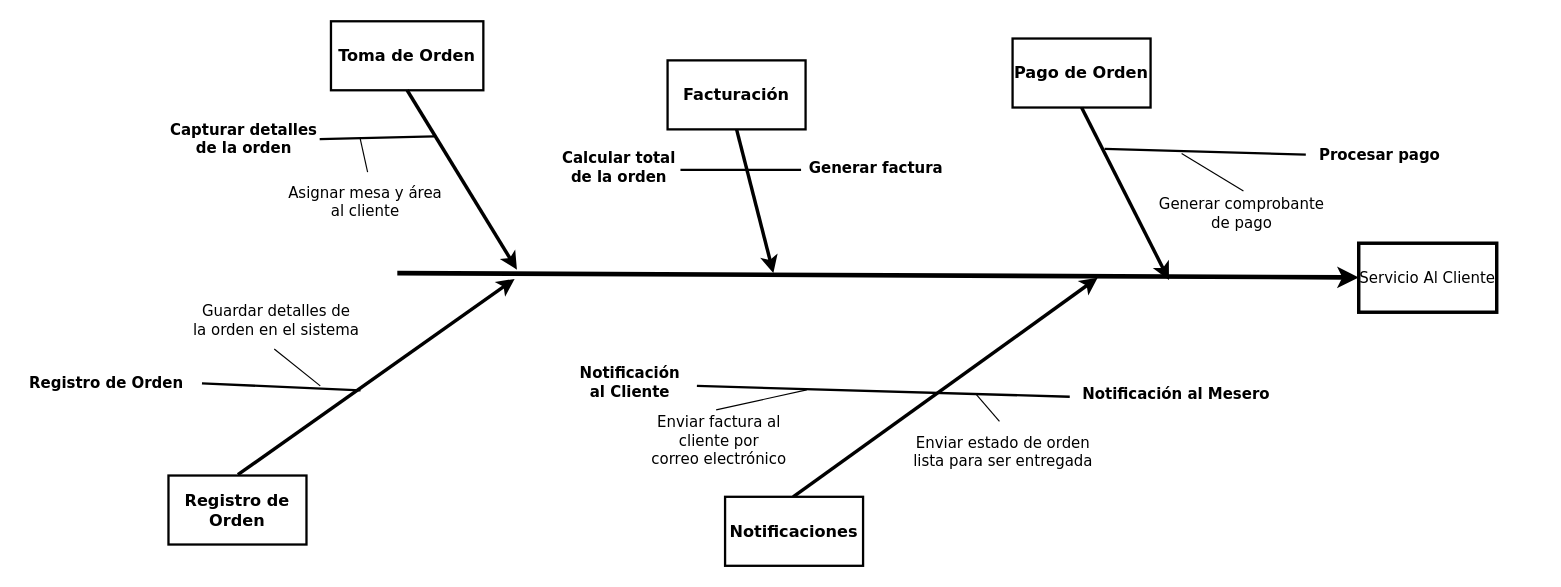
Edu-Ram/Requerimientos keeps this draw.io diagram as page "Fishbone" (3 of 3) of Proyecto/Avance1/Avance1.drawio. Above is the earlier version. Source tidied: cells renumbered, new cells numbered last; positions are measured from the earlier drawing's top-left corner, leaving out a move shared by most shapes. Both pictures are drawn from the tidied source at 115%, with x=0, y=0 at pixel (20, 21).
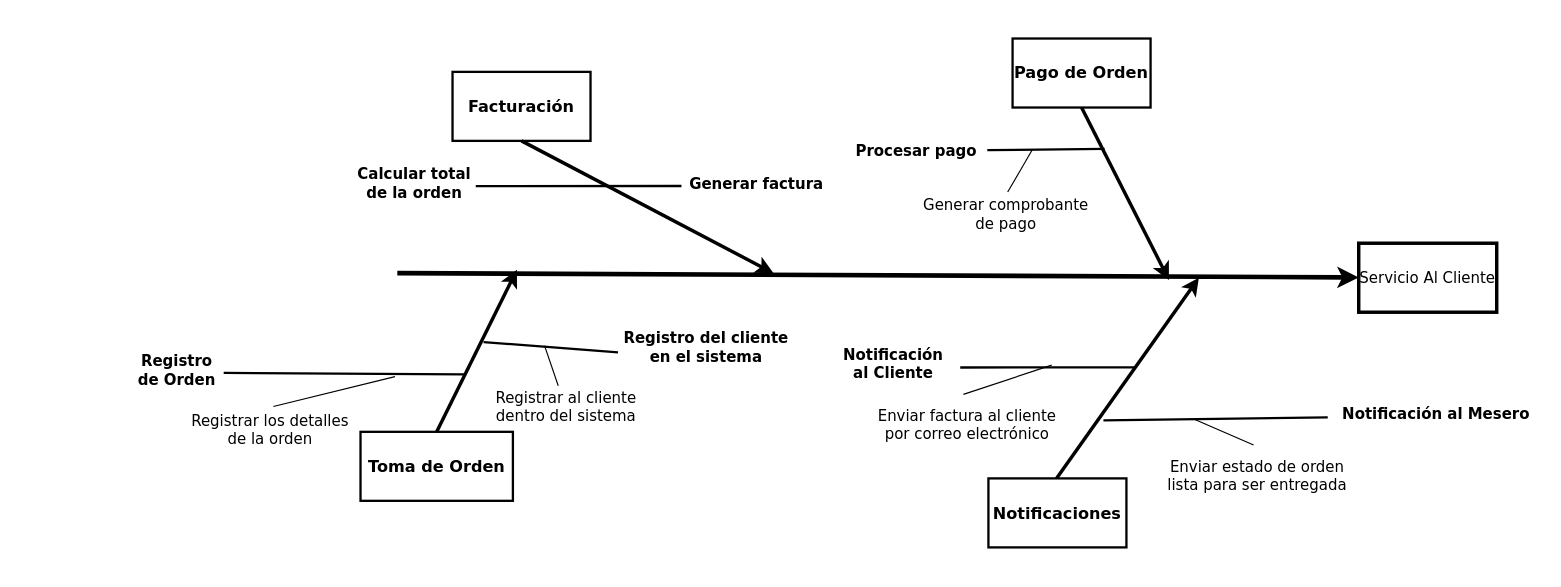
Above is the later version.

What changed in the source:
```diff
@@
     <mxCell id="2" value="Toma de Orden" style="whiteSpace=wrap;strokeWidth=2;fontSize=14;fontFamily=Verdana;fontStyle=1;" parent="1" vertex="1">
-      <mxGeometry x="270.3" width="132.5" height="60" as="geometry" />
+      <mxGeometry x="296" y="357" width="132.5" height="60" as="geometry" />
     </mxCell>
-    <mxCell id="3" value="Registro de Orden" style="whiteSpace=wrap;strokeWidth=2;fontSize=14;fontFamily=Verdana;fontStyle=1;" parent="1" vertex="1">
-      <mxGeometry x="129" y="395" width="120" height="60" as="geometry" />
-    </mxCell>
@@
-    <mxCell id="6" style="edgeStyle=none;exitX=0.5;exitY=1;strokeWidth=3;fontSize=13;fontFamily=Verdana;" parent="1" edge="1" source="2">
+    <mxCell id="6" style="edgeStyle=none;exitX=0.5;exitY=0;strokeWidth=3;fontSize=13;fontFamily=Verdana;exitDx=0;exitDy=0;" parent="1" edge="1" source="2">
       <mxGeometry relative="1" as="geometry">
         <mxPoint x="432" y="216" as="targetPoint" />
       </mxGeometry>
     </mxCell>
-    <mxCell id="7" style="edgeStyle=none;exitX=0.503;exitY=-0.012;strokeWidth=3;exitDx=0;exitDy=0;exitPerimeter=0;fontSize=13;fontFamily=Verdana;" parent="1" edge="1" source="3">
-      <mxGeometry relative="1" as="geometry">
-        <mxPoint x="430" y="224" as="targetPoint" />
-      </mxGeometry>
-    </mxCell>
     <mxCell id="8" style="edgeStyle=none;endArrow=none;strokeWidth=2;fontSize=13;fontFamily=Verdana;" parent="1" edge="1" source="11">
       <mxGeometry relative="1" as="geometry">
-        <mxPoint x="360" y="100" as="targetPoint" />
+        <mxPoint x="386" y="307" as="targetPoint" />
       </mxGeometry>
     </mxCell>
-    <mxCell id="9" style="edgeStyle=none;endArrow=none;strokeWidth=2;exitX=1.047;exitY=0.452;exitDx=0;exitDy=0;exitPerimeter=0;fontSize=13;fontFamily=Verdana;" parent="1" edge="1" source="12">
-      <mxGeometry relative="1" as="geometry">
-        <mxPoint x="296" y="321" as="targetPoint" />
-      </mxGeometry>
-    </mxCell>
-    <mxCell id="10" style="edgeStyle=none;endArrow=none;exitX=0.512;exitY=-0.13;exitDx=0;exitDy=0;exitPerimeter=0;fontSize=13;fontFamily=Verdana;" parent="1" edge="1" source="13">
+    <mxCell id="10" style="edgeStyle=none;endArrow=none;exitX=0.517;exitY=0;exitDx=0;exitDy=0;exitPerimeter=0;fontSize=13;fontFamily=Verdana;" parent="1" edge="1" source="13">
       <mxGeometry relative="1" as="geometry">
-        <mxPoint x="295.7" y="102" as="targetPoint" />
+        <mxPoint x="326" y="309" as="targetPoint" />
       </mxGeometry>
     </mxCell>
-    <mxCell id="11" value="Capturar detalles&#10;de la orden" style="text;spacingTop=-5;fontSize=13;align=center;verticalAlign=middle;points=[];fontStyle=1;fontFamily=Verdana;" parent="1" vertex="1">
-      <mxGeometry x="129" y="85" width="131.5" height="38" as="geometry" />
+    <mxCell id="11" value="Registro&#10;de Orden" style="text;spacingTop=-5;fontSize=13;align=center;verticalAlign=middle;points=[];fontStyle=1;fontFamily=Verdana;" parent="1" vertex="1">
+      <mxGeometry x="96" y="286.5" width="81" height="38" as="geometry" />
     </mxCell>
-    <mxCell id="12" value="Registro de Orden" style="text;spacingTop=-5;fontSize=13;align=center;verticalAlign=middle;points=[];fontStyle=1;fontFamily=Verdana;" parent="1" vertex="1">
-      <mxGeometry x="-0.5" y="303.5" width="151.5" height="25" as="geometry" />
-    </mxCell>
-    <mxCell id="13" value="Asignar mesa y área&#10;al cliente" style="text;spacingTop=-5;fontSize=13;align=center;verticalAlign=middle;points=[];fontFamily=Verdana;" parent="1" vertex="1">
-      <mxGeometry x="225" y="137" width="150.7" height="44" as="geometry" />
+    <mxCell id="13" value="Registrar los detalles&#10;de la orden" style="text;spacingTop=-5;fontSize=13;align=center;verticalAlign=middle;points=[];fontFamily=Verdana;" parent="1" vertex="1">
+      <mxGeometry x="142.3" y="335" width="150.7" height="44" as="geometry" />
     </mxCell>
     <mxCell id="14" value="Facturación" style="whiteSpace=wrap;strokeWidth=2;fontSize=14;fontFamily=Verdana;fontStyle=1;" parent="1" vertex="1">
-      <mxGeometry x="563" y="34" width="120" height="60" as="geometry" />
+      <mxGeometry x="376" y="44" width="120" height="60" as="geometry" />
     </mxCell>
@@
     <mxCell id="16" style="edgeStyle=none;exitX=0.493;exitY=0.002;strokeWidth=3;exitDx=0;exitDy=0;exitPerimeter=0;fontSize=13;fontFamily=Verdana;" parent="1" edge="1" source="22">
       <mxGeometry relative="1" as="geometry">
-        <mxPoint x="937" y="223" as="targetPoint" />
+        <mxPoint x="1025" y="223" as="targetPoint" />
       </mxGeometry>
     </mxCell>
@@
     <mxCell id="18" value="Calcular total&#10;de la orden" style="text;spacingTop=-5;fontSize=13;align=center;verticalAlign=middle;points=[];fontStyle=1;fontFamily=Verdana;" parent="1" vertex="1">
-      <mxGeometry x="471" y="110" width="100" height="38" as="geometry" />
+      <mxGeometry x="293" y="124" width="100" height="38" as="geometry" />
     </mxCell>
     <mxCell id="19" value="Generar factura" style="text;spacingTop=-5;fontSize=13;align=center;verticalAlign=middle;points=[];fontStyle=1;fontFamily=Verdana;" parent="1" vertex="1">
-      <mxGeometry x="687" y="118" width="115" height="22" as="geometry" />
+      <mxGeometry x="583" y="132" width="115" height="22" as="geometry" />
     </mxCell>
-    <mxCell id="20" style="edgeStyle=none;endArrow=none;exitX=0.486;exitY=1.139;exitDx=0;exitDy=0;exitPerimeter=0;fontSize=13;fontFamily=Verdana;" parent="1" edge="1" source="21">
-      <mxGeometry relative="1" as="geometry">
-        <mxPoint x="261" y="317" as="targetPoint" />
-      </mxGeometry>
-    </mxCell>
-    <mxCell id="21" value="Guardar detalles de&#10;la orden en el sistema" style="text;spacingTop=-5;fontSize=13;align=center;verticalAlign=middle;points=[];fontFamily=Verdana;" parent="1" vertex="1">
-      <mxGeometry x="151" y="244" width="144" height="36" as="geometry" />
-    </mxCell>
     <mxCell id="22" value="Notificaciones" style="whiteSpace=wrap;strokeWidth=2;fontSize=14;fontFamily=Verdana;fontStyle=1;" parent="1" vertex="1">
-      <mxGeometry x="613" y="413.5" width="120" height="60" as="geometry" />
+      <mxGeometry x="842" y="397.5" width="120" height="60" as="geometry" />
     </mxCell>
-    <mxCell id="23" value="Enviar factura al&#10;cliente por&#10;correo electrónico" style="text;spacingTop=-5;fontSize=13;align=center;verticalAlign=middle;points=[];fontFamily=Verdana;" parent="1" vertex="1">
-      <mxGeometry x="539" y="340.5" width="138" height="52" as="geometry" />
+    <mxCell id="23" value="Enviar factura al cliente&#10;por correo electrónico" style="text;spacingTop=-5;fontSize=13;align=center;verticalAlign=middle;points=[];fontFamily=Verdana;" parent="1" vertex="1">
+      <mxGeometry x="736" y="327" width="175.5" height="52" as="geometry" />
     </mxCell>
     <mxCell id="24" style="edgeStyle=none;endArrow=none;exitX=0.48;exitY=-0.049;exitDx=0;exitDy=0;exitPerimeter=0;fontSize=13;fontFamily=Verdana;" parent="1" edge="1" source="23">
       <mxGeometry relative="1" as="geometry">
-        <mxPoint x="684" y="320.5" as="targetPoint" />
+        <mxPoint x="897" y="299" as="targetPoint" />
       </mxGeometry>
     </mxCell>
     <mxCell id="25" value="Notificación&#10;al Cliente" style="text;spacingTop=-5;fontSize=13;align=center;verticalAlign=middle;points=[];fontStyle=1;fontFamily=Verdana;" parent="1" vertex="1">
-      <mxGeometry x="477" y="297" width="107" height="38" as="geometry" />
+      <mxGeometry x="706" y="281" width="107" height="38" as="geometry" />
     </mxCell>
-    <mxCell id="26" style="edgeStyle=none;endArrow=none;strokeWidth=2;fontSize=13;fontFamily=Verdana;entryX=-0.007;entryY=0.513;entryDx=0;entryDy=0;entryPerimeter=0;exitX=1.042;exitY=0.528;exitDx=0;exitDy=0;exitPerimeter=0;" parent="1" edge="1" source="25" target="29">
-      <mxGeometry relative="1" as="geometry" />
+    <mxCell id="26" style="edgeStyle=none;endArrow=none;strokeWidth=2;fontSize=13;fontFamily=Verdana;exitX=1.042;exitY=0.528;exitDx=0;exitDy=0;exitPerimeter=0;" parent="1" edge="1" source="25">
+      <mxGeometry relative="1" as="geometry">
+        <mxPoint x="970" y="301" as="targetPoint" />
+      </mxGeometry>
     </mxCell>
     <mxCell id="27" value="Enviar estado de orden&#10;lista para ser entregada" style="text;spacingTop=-5;fontSize=13;align=center;verticalAlign=middle;points=[];fontFamily=Verdana;" parent="1" vertex="1">
-      <mxGeometry x="770" y="350.5" width="170" height="52" as="geometry" />
+      <mxGeometry x="991" y="371" width="170" height="52" as="geometry" />
     </mxCell>
     <mxCell id="28" style="edgeStyle=none;endArrow=none;exitX=0.48;exitY=-0.049;exitDx=0;exitDy=0;exitPerimeter=0;fontSize=13;fontFamily=Verdana;" parent="1" edge="1" source="27">
       <mxGeometry relative="1" as="geometry">
-        <mxPoint x="831" y="324" as="targetPoint" />
+        <mxPoint x="1021" y="346" as="targetPoint" />
       </mxGeometry>
     </mxCell>
     <mxCell id="29" value="Notificación al Mesero" style="text;spacingTop=-5;fontSize=13;align=center;verticalAlign=middle;points=[];fontStyle=1;fontFamily=Verdana;" parent="1" vertex="1">
-      <mxGeometry x="914" y="307" width="183" height="38" as="geometry" />
+      <mxGeometry x="1140" y="324.5" width="183" height="38" as="geometry" />
     </mxCell>
@@
-    <mxCell id="31" style="edgeStyle=none;endArrow=none;strokeWidth=2;fontSize=13;fontFamily=Verdana;exitX=-0.033;exitY=0.45;exitDx=0;exitDy=0;exitPerimeter=0;" parent="1" edge="1">
+    <mxCell id="31" style="edgeStyle=none;endArrow=none;strokeWidth=2;fontSize=13;fontFamily=Verdana;exitX=1.035;exitY=0.364;exitDx=0;exitDy=0;exitPerimeter=0;" parent="1" edge="1" source="35">
       <mxGeometry relative="1" as="geometry">
-        <mxPoint x="1118" y="116" as="sourcePoint" />
         <mxPoint x="943" y="111" as="targetPoint" />
       </mxGeometry>
     </mxCell>
     <mxCell id="32" value="Generar comprobante&#10;de pago" style="text;spacingTop=-5;fontSize=13;align=center;verticalAlign=middle;points=[];fontFamily=Verdana;" parent="1" vertex="1">
-      <mxGeometry x="983" y="148" width="159" height="42" as="geometry" />
+      <mxGeometry x="778" y="149" width="159" height="42" as="geometry" />
     </mxCell>
     <mxCell id="33" style="edgeStyle=none;endArrow=none;fontSize=13;fontFamily=Verdana;exitX=0.508;exitY=-0.012;exitDx=0;exitDy=0;exitPerimeter=0;" parent="1" edge="1" source="32">
       <mxGeometry relative="1" as="geometry">
-        <mxPoint x="1010" y="115" as="targetPoint" />
+        <mxPoint x="880" y="112" as="targetPoint" />
       </mxGeometry>
     </mxCell>
@@
     <mxCell id="35" value="Procesar pago" style="text;spacingTop=-5;fontSize=13;align=center;verticalAlign=middle;points=[];fontStyle=1;fontFamily=Verdana;" parent="1" vertex="1">
-      <mxGeometry x="1125" y="107" width="115" height="22" as="geometry" />
+      <mxGeometry x="722" y="104" width="115" height="22" as="geometry" />
     </mxCell>
+    <mxCell id="36" style="edgeStyle=none;endArrow=none;strokeWidth=2;fontSize=13;fontFamily=Verdana;exitX=-0.007;exitY=0.56;exitDx=0;exitDy=0;exitPerimeter=0;" parent="1" edge="1" source="37">
+      <mxGeometry relative="1" as="geometry">
+        <mxPoint x="403" y="279" as="targetPoint" />
+      </mxGeometry>
+    </mxCell>
+    <mxCell id="37" value="Registro del cliente&#10;en el sistema" style="text;spacingTop=-5;fontSize=13;align=center;verticalAlign=middle;points=[];fontStyle=1;fontFamily=Verdana;" parent="1" vertex="1">
+      <mxGeometry x="521" y="266" width="151.5" height="39" as="geometry" />
+    </mxCell>
+    <mxCell id="38" style="edgeStyle=none;endArrow=none;exitX=0.451;exitY=-0.056;exitDx=0;exitDy=0;exitPerimeter=0;fontSize=13;fontFamily=Verdana;" parent="1" edge="1" source="39">
+      <mxGeometry relative="1" as="geometry">
+        <mxPoint x="456" y="282" as="targetPoint" />
+      </mxGeometry>
+    </mxCell>
+    <mxCell id="39" value="Registrar al cliente&#10;dentro del sistema" style="text;spacingTop=-5;fontSize=13;align=center;verticalAlign=middle;points=[];fontFamily=Verdana;" parent="1" vertex="1">
+      <mxGeometry x="403" y="319" width="144" height="36" as="geometry" />
+    </mxCell>
+    <mxCell id="40" style="edgeStyle=none;endArrow=none;strokeWidth=2;fontSize=13;fontFamily=Verdana;entryX=-0.016;entryY=0.526;entryDx=0;entryDy=0;entryPerimeter=0;" parent="1" edge="1" target="29">
+      <mxGeometry relative="1" as="geometry">
+        <mxPoint x="942" y="347" as="sourcePoint" />
+      </mxGeometry>
+    </mxCell>
```
